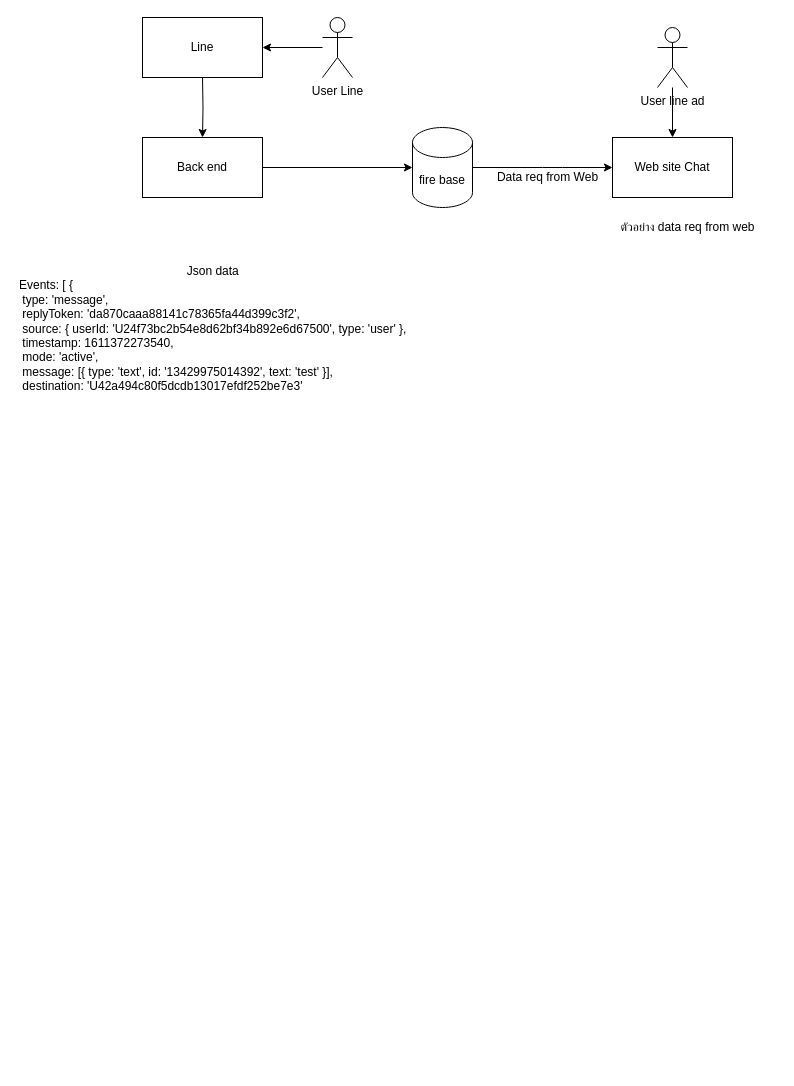
This is page "Page-1" (1 of 2) of Untitled Diagram.drawio from thossapolud/wechat_bk, a draw.io file, before an edit. Source tidied: cells renumbered, new cells numbered last; positions are measured from the earlier drawing's top-left corner, leaving out a move shared by most shapes. Both pictures are drawn from the tidied source at 100%, with x=0, y=0 at pixel (17, 17).
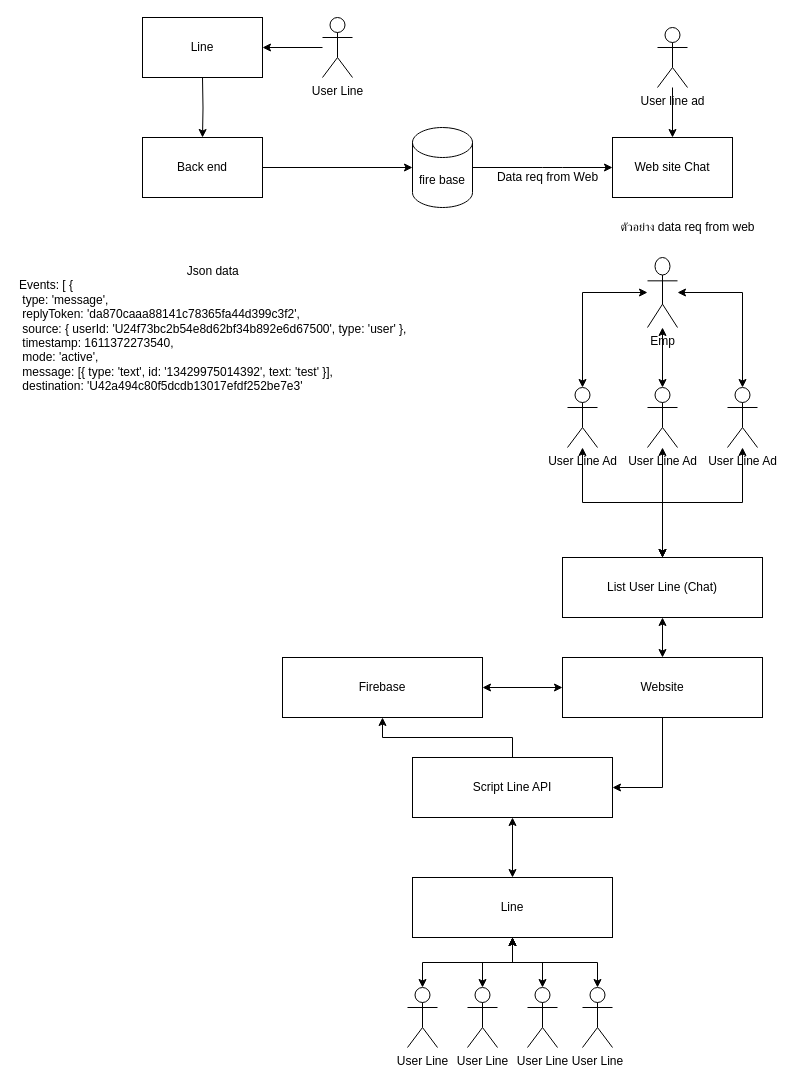
After the change.

Change to the diagram source:
```diff
@@
+    <mxCell id="16" style="edgeStyle=orthogonalEdgeStyle;rounded=0;jettySize=auto;html=1;startArrow=classic;startFill=1;" parent="1" edge="1" source="17" target="43">
+      <mxGeometry relative="1" as="geometry" />
+    </mxCell>
+    <mxCell id="17" value="User Line" style="shape=umlActor;verticalLabelPosition=bottom;verticalAlign=top;html=1;outlineConnect=0;" parent="1" vertex="1">
+      <mxGeometry x="390" y="970" width="30" height="60" as="geometry" />
+    </mxCell>
+    <mxCell id="18" style="edgeStyle=orthogonalEdgeStyle;rounded=0;jettySize=auto;html=1;startArrow=classic;startFill=1;" parent="1" edge="1" source="19" target="43">
+      <mxGeometry relative="1" as="geometry" />
+    </mxCell>
+    <mxCell id="19" value="User Line" style="shape=umlActor;verticalLabelPosition=bottom;verticalAlign=top;html=1;outlineConnect=0;" parent="1" vertex="1">
+      <mxGeometry x="450" y="970" width="30" height="60" as="geometry" />
+    </mxCell>
+    <mxCell id="20" style="edgeStyle=orthogonalEdgeStyle;rounded=0;jettySize=auto;html=1;startArrow=classic;startFill=1;" parent="1" edge="1" source="21" target="43">
+      <mxGeometry relative="1" as="geometry" />
+    </mxCell>
+    <mxCell id="21" value="User Line" style="shape=umlActor;verticalLabelPosition=bottom;verticalAlign=top;html=1;outlineConnect=0;" parent="1" vertex="1">
+      <mxGeometry x="510" y="970" width="30" height="60" as="geometry" />
+    </mxCell>
+    <mxCell id="22" style="edgeStyle=orthogonalEdgeStyle;rounded=0;jettySize=auto;html=1;startArrow=classic;startFill=1;" parent="1" edge="1" source="23" target="43">
+      <mxGeometry relative="1" as="geometry" />
+    </mxCell>
+    <mxCell id="23" value="User Line" style="shape=umlActor;verticalLabelPosition=bottom;verticalAlign=top;html=1;outlineConnect=0;" parent="1" vertex="1">
+      <mxGeometry x="565" y="970" width="30" height="60" as="geometry" />
+    </mxCell>
+    <mxCell id="24" style="edgeStyle=orthogonalEdgeStyle;rounded=0;jettySize=auto;html=1;startArrow=classic;startFill=1;" parent="1" edge="1" source="25" target="35">
+      <mxGeometry relative="1" as="geometry" />
+    </mxCell>
+    <mxCell id="25" value="User Line Ad" style="shape=umlActor;verticalLabelPosition=bottom;verticalAlign=top;html=1;outlineConnect=0;" parent="1" vertex="1">
+      <mxGeometry x="630" y="370" width="30" height="60" as="geometry" />
+    </mxCell>
+    <mxCell id="26" style="edgeStyle=orthogonalEdgeStyle;rounded=0;jettySize=auto;html=1;startArrow=classic;startFill=1;" parent="1" edge="1" source="27" target="35">
+      <mxGeometry relative="1" as="geometry" />
+    </mxCell>
+    <mxCell id="27" value="User Line Ad" style="shape=umlActor;verticalLabelPosition=bottom;verticalAlign=top;html=1;outlineConnect=0;" parent="1" vertex="1">
+      <mxGeometry x="710" y="370" width="30" height="60" as="geometry" />
+    </mxCell>
+    <mxCell id="28" style="edgeStyle=orthogonalEdgeStyle;rounded=0;jettySize=auto;html=1;startArrow=classic;startFill=1;" parent="1" edge="1" source="29" target="35">
+      <mxGeometry relative="1" as="geometry" />
+    </mxCell>
+    <mxCell id="29" value="User Line Ad" style="shape=umlActor;verticalLabelPosition=bottom;verticalAlign=top;html=1;outlineConnect=0;" parent="1" vertex="1">
+      <mxGeometry x="550" y="370" width="30" height="60" as="geometry" />
+    </mxCell>
+    <mxCell id="30" style="edgeStyle=orthogonalEdgeStyle;rounded=0;jettySize=auto;html=1;entryX=0.5;entryY=0;entryDx=0;entryDy=0;entryPerimeter=0;startArrow=classic;startFill=1;" parent="1" edge="1" source="33" target="25">
+      <mxGeometry relative="1" as="geometry" />
+    </mxCell>
+    <mxCell id="31" style="edgeStyle=orthogonalEdgeStyle;rounded=0;jettySize=auto;html=1;entryX=0.5;entryY=0;entryDx=0;entryDy=0;entryPerimeter=0;startArrow=classic;startFill=1;" parent="1" edge="1" source="33" target="29">
+      <mxGeometry relative="1" as="geometry" />
+    </mxCell>
+    <mxCell id="32" style="edgeStyle=orthogonalEdgeStyle;rounded=0;jettySize=auto;html=1;entryX=0.5;entryY=0;entryDx=0;entryDy=0;entryPerimeter=0;startArrow=classic;startFill=1;" parent="1" edge="1" source="33" target="27">
+      <mxGeometry relative="1" as="geometry" />
+    </mxCell>
+    <mxCell id="33" value="Emp" style="shape=umlActor;verticalLabelPosition=bottom;verticalAlign=top;html=1;outlineConnect=0;" parent="1" vertex="1">
+      <mxGeometry x="630" y="240" width="30" height="70" as="geometry" />
+    </mxCell>
+    <mxCell id="34" style="edgeStyle=orthogonalEdgeStyle;rounded=0;jettySize=auto;html=1;startArrow=classic;startFill=1;" parent="1" edge="1" source="35" target="38">
+      <mxGeometry relative="1" as="geometry" />
+    </mxCell>
+    <mxCell id="35" value="List User Line (Chat)" style="rounded=0;whiteSpace=wrap;html=1;" parent="1" vertex="1">
+      <mxGeometry x="545" y="540" width="200" height="60" as="geometry" />
+    </mxCell>
+    <mxCell id="36" style="edgeStyle=orthogonalEdgeStyle;rounded=0;jettySize=auto;html=1;startArrow=classic;startFill=1;exitX=0.5;exitY=1;exitDx=0;exitDy=0;endArrow=none;endFill=0;" parent="1" edge="1" source="39" target="42">
+      <mxGeometry relative="1" as="geometry" />
+    </mxCell>
+    <mxCell id="37" style="edgeStyle=orthogonalEdgeStyle;rounded=0;jettySize=auto;html=1;startArrow=none;startFill=0;entryX=1;entryY=0.5;entryDx=0;entryDy=0;" parent="1" edge="1" source="38" target="42">
+      <mxGeometry relative="1" as="geometry" />
+    </mxCell>
+    <mxCell id="38" value="Website" style="rounded=0;whiteSpace=wrap;html=1;" parent="1" vertex="1">
+      <mxGeometry x="545" y="640" width="200" height="60" as="geometry" />
+    </mxCell>
+    <mxCell id="39" value="Firebase" style="rounded=0;whiteSpace=wrap;html=1;" parent="1" vertex="1">
+      <mxGeometry x="265" y="640" width="200" height="60" as="geometry" />
+    </mxCell>
+    <mxCell id="40" style="endArrow=classic;startArrow=classic;html=1;entryX=0;entryY=0.5;entryDx=0;entryDy=0;startFill=1;" parent="1" edge="1" target="38">
+      <mxGeometry relative="1" as="geometry">
+        <mxPoint x="465" y="670" as="sourcePoint" />
+      </mxGeometry>
+    </mxCell>
+    <mxCell id="41" style="edgeStyle=orthogonalEdgeStyle;rounded=0;jettySize=auto;html=1;startArrow=classic;startFill=1;" parent="1" edge="1" source="42" target="43">
+      <mxGeometry relative="1" as="geometry" />
+    </mxCell>
+    <mxCell id="42" value="Script Line API" style="rounded=0;whiteSpace=wrap;html=1;" parent="1" vertex="1">
+      <mxGeometry x="395" y="740" width="200" height="60" as="geometry" />
+    </mxCell>
+    <mxCell id="43" value="Line" style="rounded=0;whiteSpace=wrap;html=1;" parent="1" vertex="1">
+      <mxGeometry x="395" y="860" width="200" height="60" as="geometry" />
+    </mxCell>
```
